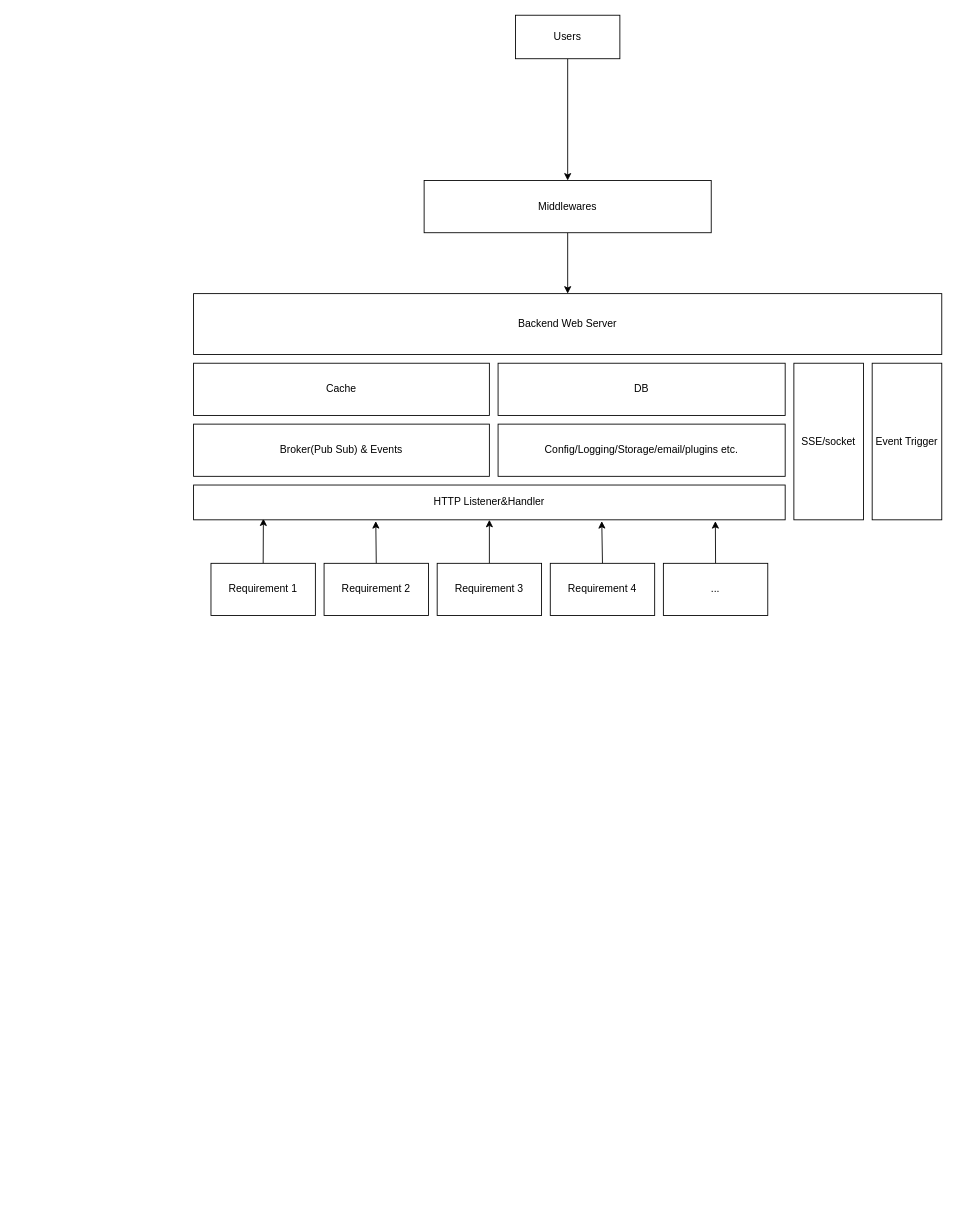
Before: structure.drawio in CaesarYangs/staticbackendcore, a draw.io diagram. Source tidied: cells renumbered, new cells numbered last; positions are measured from the earlier drawing's top-left corner, leaving out a move shared by most shapes. Both pictures are drawn from the tidied source at 87%, with x=0, y=0 at pixel (193, 15).
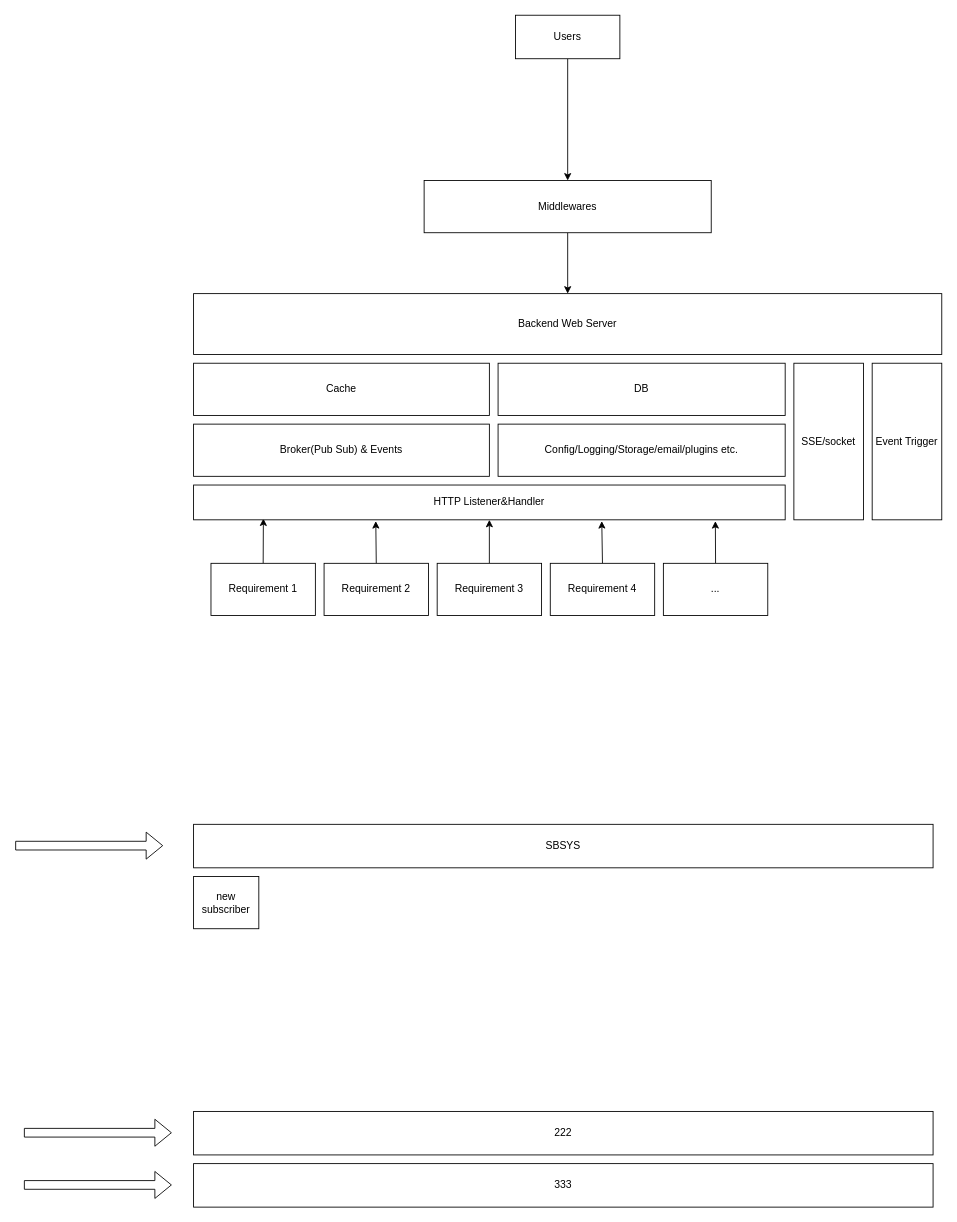
Above is the later version.

Commit message (it also covers changes not shown here):
Add new components and connections to structure diagram & readme

What changed in the source:
```diff
@@
+    <mxCell id="24" value="SBSYS" style="rounded=0;whiteSpace=wrap;html=1;" parent="1" vertex="1">
+      <mxGeometry y="930" width="850" height="50" as="geometry" />
+    </mxCell>
+    <mxCell id="25" value="new subscriber" style="rounded=0;whiteSpace=wrap;html=1;" parent="1" vertex="1">
+      <mxGeometry y="990" width="75" height="60" as="geometry" />
+    </mxCell>
+    <mxCell id="26" style="shape=flexArrow;endArrow=classic;html=1;" parent="1" edge="1">
+      <mxGeometry relative="1" as="geometry">
+        <mxPoint x="-205" y="954.5" as="sourcePoint" />
+        <mxPoint x="-35" y="954.5" as="targetPoint" />
+      </mxGeometry>
+    </mxCell>
+    <mxCell id="27" value="222" style="rounded=0;whiteSpace=wrap;html=1;" parent="1" vertex="1">
+      <mxGeometry y="1260" width="850" height="50" as="geometry" />
+    </mxCell>
+    <mxCell id="28" value="333" style="rounded=0;whiteSpace=wrap;html=1;" parent="1" vertex="1">
+      <mxGeometry y="1320" width="850" height="50" as="geometry" />
+    </mxCell>
+    <mxCell id="29" style="shape=flexArrow;endArrow=classic;html=1;" parent="1" edge="1">
+      <mxGeometry relative="1" as="geometry">
+        <mxPoint x="-195" y="1284.5" as="sourcePoint" />
+        <mxPoint x="-25" y="1284.5" as="targetPoint" />
+      </mxGeometry>
+    </mxCell>
+    <mxCell id="30" style="shape=flexArrow;endArrow=classic;html=1;" parent="1" edge="1">
+      <mxGeometry relative="1" as="geometry">
+        <mxPoint x="-195" y="1344.5" as="sourcePoint" />
+        <mxPoint x="-25" y="1344.5" as="targetPoint" />
+      </mxGeometry>
+    </mxCell>
```
